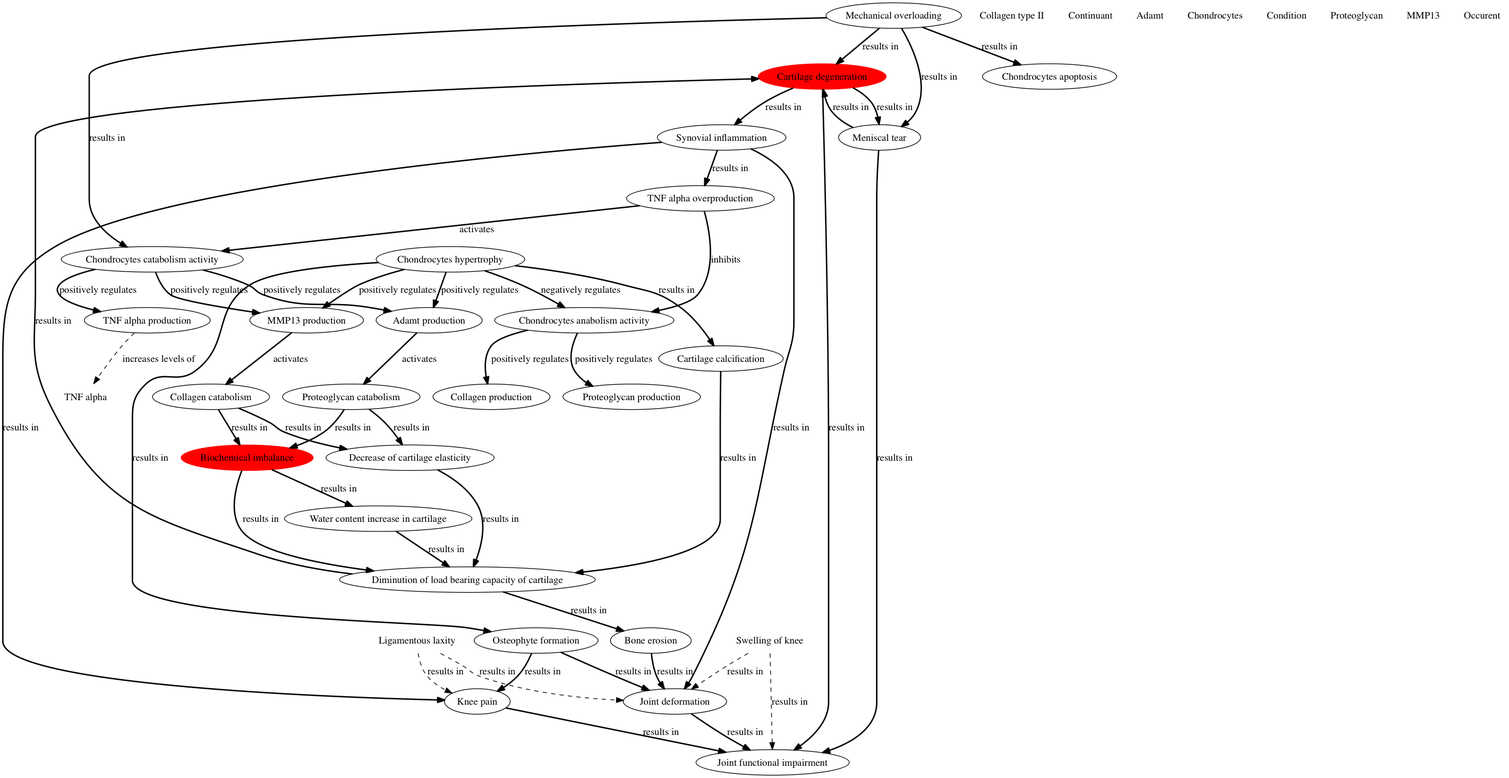
plumdeq/hypothtest keeps this Graphviz diagram as shared/dot/digraph.png. Above is the earlier version. Its source is kept beside it as shared/dot/digraph.dot.
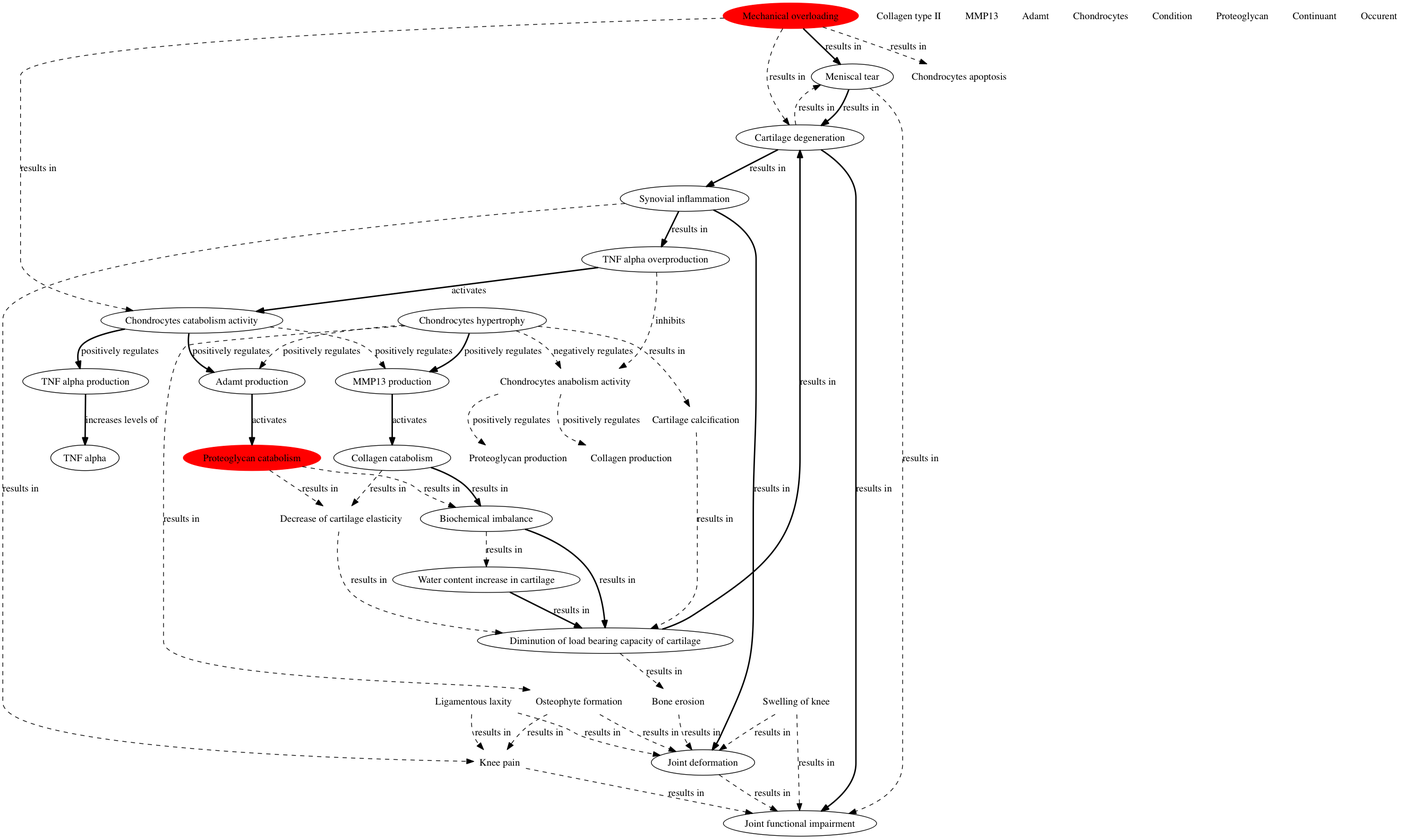
After the change.

Commit message:
adds tests that assert that as long as we add paths from boundary interior paths we are not changing the topology

The edit, as a diff of the source:
```diff
@@ -1,86 +1,86 @@
 digraph g {
 "http://plumdeq.xyz/ontologies/hypothesis/Joint_functional_impairment" [label="Joint functional impairment",shape="ellipse"] ;
-"http://plumdeq.xyz/ontologies/hypothesis/Decrease_of_cartilage_elasticity" [label="Decrease of cartilage elasticity",shape="ellipse"] ;
-"http://plumdeq.xyz/ontologies/hypothesis/Mechanical_overloading" [label="Mechanical overloading",shape="ellipse"] ;
+"http://plumdeq.xyz/ontologies/hypothesis/Mechanical_overloading" [label="Mechanical overloading",shape="ellipse",style="filled",color="red"] ;
 "http://plumdeq.xyz/ontologies/hypothesis/TNF_alpha_production" [label="TNF alpha production",shape="ellipse"] ;
 "http://plumdeq.xyz/ontologies/hypothesis/Adamt_production" [label="Adamt production",shape="ellipse"] ;
 "http://plumdeq.xyz/ontologies/hypothesis/Chondrocytes_catabolism_activity" [label="Chondrocytes catabolism activity",shape="ellipse"] ;
-"http://plumdeq.xyz/ontologies/hypothesis/TNF_alpha" [label="TNF alpha",shape="none"] ;
-"http://plumdeq.xyz/ontologies/hypothesis/Cartilage_degeneration" [label="Cartilage degeneration",shape="ellipse",style="filled",color="red"] ;
-"http://plumdeq.xyz/ontologies/hypothesis/Osteophyte_formation" [label="Osteophyte formation",shape="ellipse"] ;
+"http://plumdeq.xyz/ontologies/hypothesis/TNF_alpha" [label="TNF alpha",shape="ellipse"] ;
+"http://plumdeq.xyz/ontologies/hypothesis/Chondrocytes_hypertrophy" [label="Chondrocytes hypertrophy",shape="ellipse"] ;
+"http://plumdeq.xyz/ontologies/hypothesis/Osteophyte_formation" [label="Osteophyte formation",shape="none"] ;
 "http://plumdeq.xyz/ontologies/hypothesis/Diminution_of_load_bearing_capacity_of_cartilage" [label="Diminution of load bearing capacity of cartilage",shape="ellipse"] ;
 "http://plumdeq.xyz/ontologies/hypothesis/TNF_alpha_overproduction" [label="TNF alpha overproduction",shape="ellipse"] ;
-"http://plumdeq.xyz/ontologies/hypothesis/Cartilage_calcification" [label="Cartilage calcification",shape="ellipse"] ;
+"http://plumdeq.xyz/ontologies/hypothesis/Cartilage_calcification" [label="Cartilage calcification",shape="none"] ;
 "http://plumdeq.xyz/ontologies/hypothesis/Collagen_type_II" [label="Collagen type II",shape="none"] ;
-"http://plumdeq.xyz/ontologies/hypothesis/Collagen_production" [label="Collagen production",shape="ellipse"] ;
-"http://plumdeq.xyz/ontologies/hypothesis/Continuant" [label="Continuant",shape="none"] ;
+"http://plumdeq.xyz/ontologies/hypothesis/Collagen_production" [label="Collagen production",shape="none"] ;
+"http://plumdeq.xyz/ontologies/hypothesis/Biochemical_imbalance" [label="Biochemical imbalance",shape="ellipse"] ;
+"http://plumdeq.xyz/ontologies/hypothesis/MMP13" [label="MMP13",shape="none"] ;
 "http://plumdeq.xyz/ontologies/hypothesis/Meniscal_tear" [label="Meniscal tear",shape="ellipse"] ;
 "http://plumdeq.xyz/ontologies/hypothesis/Swelling_of_knee" [label="Swelling of knee",shape="none"] ;
-"http://plumdeq.xyz/ontologies/hypothesis/Chondrocytes_anabolism_activity" [label="Chondrocytes anabolism activity",shape="ellipse"] ;
+"http://plumdeq.xyz/ontologies/hypothesis/Chondrocytes_anabolism_activity" [label="Chondrocytes anabolism activity",shape="none"] ;
 "http://plumdeq.xyz/ontologies/hypothesis/Adamt" [label="Adamt",shape="none"] ;
 "http://plumdeq.xyz/ontologies/hypothesis/Chondrocytes" [label="Chondrocytes",shape="none"] ;
 "http://plumdeq.xyz/ontologies/hypothesis/Water_content_increase_in_cartilage" [label="Water content increase in cartilage",shape="ellipse"] ;
 "http://plumdeq.xyz/ontologies/hypothesis/Condition" [label="Condition",shape="none"] ;
 "http://plumdeq.xyz/ontologies/hypothesis/Proteoglycan" [label="Proteoglycan",shape="none"] ;
 "http://plumdeq.xyz/ontologies/hypothesis/Synovial_inflammation" [label="Synovial inflammation",shape="ellipse"] ;
-"http://plumdeq.xyz/ontologies/hypothesis/MMP13" [label="MMP13",shape="none"] ;
+"http://plumdeq.xyz/ontologies/hypothesis/Continuant" [label="Continuant",shape="none"] ;
 "http://plumdeq.xyz/ontologies/hypothesis/Collagen_catabolism" [label="Collagen catabolism",shape="ellipse"] ;
 "http://plumdeq.xyz/ontologies/hypothesis/Joint_deformation" [label="Joint deformation",shape="ellipse"] ;
 "http://plumdeq.xyz/ontologies/hypothesis/Occurent" [label="Occurent",shape="none"] ;
-"http://plumdeq.xyz/ontologies/hypothesis/Proteoglycan_catabolism" [label="Proteoglycan catabolism",shape="ellipse"] ;
-"http://plumdeq.xyz/ontologies/hypothesis/Chondrocytes_hypertrophy" [label="Chondrocytes hypertrophy",shape="ellipse"] ;
+"http://plumdeq.xyz/ontologies/hypothesis/Proteoglycan_catabolism" [label="Proteoglycan catabolism",shape="ellipse",style="filled",color="red"] ;
+"http://plumdeq.xyz/ontologies/hypothesis/Cartilage_degeneration" [label="Cartilage degeneration",shape="ellipse"] ;
 "http://plumdeq.xyz/ontologies/hypothesis/Ligamentous_laxity" [label="Ligamentous laxity",shape="none"] ;
 "http://plumdeq.xyz/ontologies/hypothesis/MMP13_production" [label="MMP13 production",shape="ellipse"] ;
-"http://plumdeq.xyz/ontologies/hypothesis/Biochemical_imbalance" [label="Biochemical imbalance",shape="ellipse",style="filled",color="red"] ;
-"http://plumdeq.xyz/ontologies/hypothesis/Bone_erosion" [label="Bone erosion",shape="ellipse"] ;
-"http://plumdeq.xyz/ontologies/hypothesis/Proteoglycan_production" [label="Proteoglycan production",shape="ellipse"] ;
-"http://plumdeq.xyz/ontologies/hypothesis/Knee_pain" [label="Knee pain",shape="ellipse"] ;
-"http://plumdeq.xyz/ontologies/hypothesis/Chondrocytes_apoptosis" [label="Chondrocytes apoptosis",shape="ellipse"] ;
-"http://plumdeq.xyz/ontologies/hypothesis/Decrease_of_cartilage_elasticity" -> "http://plumdeq.xyz/ontologies/hypothesis/Diminution_of_load_bearing_capacity_of_cartilage" [label="results in",style="bold"] ;
-"http://plumdeq.xyz/ontologies/hypothesis/Mechanical_overloading" -> "http://plumdeq.xyz/ontologies/hypothesis/Cartilage_degeneration" [label="results in",style="bold"] ;
-"http://plumdeq.xyz/ontologies/hypothesis/Mechanical_overloading" -> "http://plumdeq.xyz/ontologies/hypothesis/Chondrocytes_apoptosis" [label="results in",style="bold"] ;
+"http://plumdeq.xyz/ontologies/hypothesis/Bone_erosion" [label="Bone erosion",shape="none"] ;
+"http://plumdeq.xyz/ontologies/hypothesis/Decrease_of_cartilage_elasticity" [label="Decrease of cartilage elasticity",shape="none"] ;
+"http://plumdeq.xyz/ontologies/hypothesis/Proteoglycan_production" [label="Proteoglycan production",shape="none"] ;
+"http://plumdeq.xyz/ontologies/hypothesis/Knee_pain" [label="Knee pain",shape="none"] ;
+"http://plumdeq.xyz/ontologies/hypothesis/Chondrocytes_apoptosis" [label="Chondrocytes apoptosis",shape="none"] ;
+"http://plumdeq.xyz/ontologies/hypothesis/Mechanical_overloading" -> "http://plumdeq.xyz/ontologies/hypothesis/Cartilage_degeneration" [label="results in",style="dashed"] ;
 "http://plumdeq.xyz/ontologies/hypothesis/Mechanical_overloading" -> "http://plumdeq.xyz/ontologies/hypothesis/Meniscal_tear" [label="results in",style="bold"] ;
-"http://plumdeq.xyz/ontologies/hypothesis/Mechanical_overloading" -> "http://plumdeq.xyz/ontologies/hypothesis/Chondrocytes_catabolism_activity" [label="results in",style="bold"] ;
-"http://plumdeq.xyz/ontologies/hypothesis/TNF_alpha_production" -> "http://plumdeq.xyz/ontologies/hypothesis/TNF_alpha" [label="increases levels of",style="dashed"] ;
+"http://plumdeq.xyz/ontologies/hypothesis/Mechanical_overloading" -> "http://plumdeq.xyz/ontologies/hypothesis/Chondrocytes_apoptosis" [label="results in",style="dashed"] ;
+"http://plumdeq.xyz/ontologies/hypothesis/Mechanical_overloading" -> "http://plumdeq.xyz/ontologies/hypothesis/Chondrocytes_catabolism_activity" [label="results in",style="dashed"] ;
+"http://plumdeq.xyz/ontologies/hypothesis/TNF_alpha_production" -> "http://plumdeq.xyz/ontologies/hypothesis/TNF_alpha" [label="increases levels of",style="bold"] ;
 "http://plumdeq.xyz/ontologies/hypothesis/Adamt_production" -> "http://plumdeq.xyz/ontologies/hypothesis/Proteoglycan_catabolism" [label="activates",style="bold"] ;
 "http://plumdeq.xyz/ontologies/hypothesis/Chondrocytes_catabolism_activity" -> "http://plumdeq.xyz/ontologies/hypothesis/TNF_alpha_production" [label="positively regulates",style="bold"] ;
 "http://plumdeq.xyz/ontologies/hypothesis/Chondrocytes_catabolism_activity" -> "http://plumdeq.xyz/ontologies/hypothesis/Adamt_production" [label="positively regulates",style="bold"] ;
-"http://plumdeq.xyz/ontologies/hypothesis/Chondrocytes_catabolism_activity" -> "http://plumdeq.xyz/ontologies/hypothesis/MMP13_production" [label="positively regulates",style="bold"] ;
-"http://plumdeq.xyz/ontologies/hypothesis/Cartilage_degeneration" -> "http://plumdeq.xyz/ontologies/hypothesis/Joint_functional_impairment" [label="results in",style="bold"] ;
-"http://plumdeq.xyz/ontologies/hypothesis/Cartilage_degeneration" -> "http://plumdeq.xyz/ontologies/hypothesis/Synovial_inflammation" [label="results in",style="bold"] ;
-"http://plumdeq.xyz/ontologies/hypothesis/Cartilage_degeneration" -> "http://plumdeq.xyz/ontologies/hypothesis/Meniscal_tear" [label="results in",style="bold"] ;
-"http://plumdeq.xyz/ontologies/hypothesis/Osteophyte_formation" -> "http://plumdeq.xyz/ontologies/hypothesis/Joint_deformation" [label="results in",style="bold"] ;
-"http://plumdeq.xyz/ontologies/hypothesis/Osteophyte_formation" -> "http://plumdeq.xyz/ontologies/hypothesis/Knee_pain" [label="results in",style="bold"] ;
+"http://plumdeq.xyz/ontologies/hypothesis/Chondrocytes_catabolism_activity" -> "http://plumdeq.xyz/ontologies/hypothesis/MMP13_production" [label="positively regulates",style="dashed"] ;
+"http://plumdeq.xyz/ontologies/hypothesis/Chondrocytes_hypertrophy" -> "http://plumdeq.xyz/ontologies/hypothesis/Chondrocytes_anabolism_activity" [label="negatively regulates",style="dashed"] ;
+"http://plumdeq.xyz/ontologies/hypothesis/Chondrocytes_hypertrophy" -> "http://plumdeq.xyz/ontologies/hypothesis/Osteophyte_formation" [label="results in",style="dashed"] ;
+"http://plumdeq.xyz/ontologies/hypothesis/Chondrocytes_hypertrophy" -> "http://plumdeq.xyz/ontologies/hypothesis/Adamt_production" [label="positively regulates",style="dashed"] ;
+"http://plumdeq.xyz/ontologies/hypothesis/Chondrocytes_hypertrophy" -> "http://plumdeq.xyz/ontologies/hypothesis/MMP13_production" [label="positively regulates",style="bold"] ;
+"http://plumdeq.xyz/ontologies/hypothesis/Chondrocytes_hypertrophy" -> "http://plumdeq.xyz/ontologies/hypothesis/Cartilage_calcification" [label="results in",style="dashed"] ;
+"http://plumdeq.xyz/ontologies/hypothesis/Osteophyte_formation" -> "http://plumdeq.xyz/ontologies/hypothesis/Joint_deformation" [label="results in",style="dashed"] ;
+"http://plumdeq.xyz/ontologies/hypothesis/Osteophyte_formation" -> "http://plumdeq.xyz/ontologies/hypothesis/Knee_pain" [label="results in",style="dashed"] ;
 "http://plumdeq.xyz/ontologies/hypothesis/Diminution_of_load_bearing_capacity_of_cartilage" -> "http://plumdeq.xyz/ontologies/hypothesis/Cartilage_degeneration" [label="results in",style="bold"] ;
-"http://plumdeq.xyz/ontologies/hypothesis/Diminution_of_load_bearing_capacity_of_cartilage" -> "http://plumdeq.xyz/ontologies/hypothesis/Bone_erosion" [label="results in",style="bold"] ;
-"http://plumdeq.xyz/ontologies/hypothesis/TNF_alpha_overproduction" -> "http://plumdeq.xyz/ontologies/hypothesis/Chondrocytes_anabolism_activity" [label="inhibits",style="bold"] ;
+"http://plumdeq.xyz/ontologies/hypothesis/Diminution_of_load_bearing_capacity_of_cartilage" -> "http://plumdeq.xyz/ontologies/hypothesis/Bone_erosion" [label="results in",style="dashed"] ;
+"http://plumdeq.xyz/ontologies/hypothesis/TNF_alpha_overproduction" -> "http://plumdeq.xyz/ontologies/hypothesis/Chondrocytes_anabolism_activity" [label="inhibits",style="dashed"] ;
 "http://plumdeq.xyz/ontologies/hypothesis/TNF_alpha_overproduction" -> "http://plumdeq.xyz/ontologies/hypothesis/Chondrocytes_catabolism_activity" [label="activates",style="bold"] ;
-"http://plumdeq.xyz/ontologies/hypothesis/Cartilage_calcification" -> "http://plumdeq.xyz/ontologies/hypothesis/Diminution_of_load_bearing_capacity_of_cartilage" [label="results in",style="bold"] ;
+"http://plumdeq.xyz/ontologies/hypothesis/Cartilage_calcification" -> "http://plumdeq.xyz/ontologies/hypothesis/Diminution_of_load_bearing_capacity_of_cartilage" [label="results in",style="dashed"] ;
+"http://plumdeq.xyz/ontologies/hypothesis/Biochemical_imbalance" -> "http://plumdeq.xyz/ontologies/hypothesis/Water_content_increase_in_cartilage" [label="results in",style="dashed"] ;
+"http://plumdeq.xyz/ontologies/hypothesis/Biochemical_imbalance" -> "http://plumdeq.xyz/ontologies/hypothesis/Diminution_of_load_bearing_capacity_of_cartilage" [label="results in",style="bold"] ;
 "http://plumdeq.xyz/ontologies/hypothesis/Meniscal_tear" -> "http://plumdeq.xyz/ontologies/hypothesis/Cartilage_degeneration" [label="results in",style="bold"] ;
-"http://plumdeq.xyz/ontologies/hypothesis/Meniscal_tear" -> "http://plumdeq.xyz/ontologies/hypothesis/Joint_functional_impairment" [label="results in",style="bold"] ;
+"http://plumdeq.xyz/ontologies/hypothesis/Meniscal_tear" -> "http://plumdeq.xyz/ontologies/hypothesis/Joint_functional_impairment" [label="results in",style="dashed"] ;
 "http://plumdeq.xyz/ontologies/hypothesis/Swelling_of_knee" -> "http://plumdeq.xyz/ontologies/hypothesis/Joint_functional_impairment" [label="results in",style="dashed"] ;
 "http://plumdeq.xyz/ontologies/hypothesis/Swelling_of_knee" -> "http://plumdeq.xyz/ontologies/hypothesis/Joint_deformation" [label="results in",style="dashed"] ;
-"http://plumdeq.xyz/ontologies/hypothesis/Chondrocytes_anabolism_activity" -> "http://plumdeq.xyz/ontologies/hypothesis/Collagen_production" [label="positively regulates",style="bold"] ;
-"http://plumdeq.xyz/ontologies/hypothesis/Chondrocytes_anabolism_activity" -> "http://plumdeq.xyz/ontologies/hypothesis/Proteoglycan_production" [label="positively regulates",style="bold"] ;
+"http://plumdeq.xyz/ontologies/hypothesis/Chondrocytes_anabolism_activity" -> "http://plumdeq.xyz/ontologies/hypothesis/Collagen_production" [label="positively regulates",style="dashed"] ;
+"http://plumdeq.xyz/ontologies/hypothesis/Chondrocytes_anabolism_activity" -> "http://plumdeq.xyz/ontologies/hypothesis/Proteoglycan_production" [label="positively regulates",style="dashed"] ;
 "http://plumdeq.xyz/ontologies/hypothesis/Water_content_increase_in_cartilage" -> "http://plumdeq.xyz/ontologies/hypothesis/Diminution_of_load_bearing_capacity_of_cartilage" [label="results in",style="bold"] ;
 "http://plumdeq.xyz/ontologies/hypothesis/Synovial_inflammation" -> "http://plumdeq.xyz/ontologies/hypothesis/Joint_deformation" [label="results in",style="bold"] ;
 "http://plumdeq.xyz/ontologies/hypothesis/Synovial_inflammation" -> "http://plumdeq.xyz/ontologies/hypothesis/TNF_alpha_overproduction" [label="results in",style="bold"] ;
-"http://plumdeq.xyz/ontologies/hypothesis/Synovial_inflammation" -> "http://plumdeq.xyz/ontologies/hypothesis/Knee_pain" [label="results in",style="bold"] ;
+"http://plumdeq.xyz/ontologies/hypothesis/Synovial_inflammation" -> "http://plumdeq.xyz/ontologies/hypothesis/Knee_pain" [label="results in",style="dashed"] ;
 "http://plumdeq.xyz/ontologies/hypothesis/Collagen_catabolism" -> "http://plumdeq.xyz/ontologies/hypothesis/Biochemical_imbalance" [label="results in",style="bold"] ;
-"http://plumdeq.xyz/ontologies/hypothesis/Collagen_catabolism" -> "http://plumdeq.xyz/ontologies/hypothesis/Decrease_of_cartilage_elasticity" [label="results in",style="bold"] ;
-"http://plumdeq.xyz/ontologies/hypothesis/Joint_deformation" -> "http://plumdeq.xyz/ontologies/hypothesis/Joint_functional_impairment" [label="results in",style="bold"] ;
-"http://plumdeq.xyz/ontologies/hypothesis/Proteoglycan_catabolism" -> "http://plumdeq.xyz/ontologies/hypothesis/Biochemical_imbalance" [label="results in",style="bold"] ;
-"http://plumdeq.xyz/ontologies/hypothesis/Proteoglycan_catabolism" -> "http://plumdeq.xyz/ontologies/hypothesis/Decrease_of_cartilage_elasticity" [label="results in",style="bold"] ;
-"http://plumdeq.xyz/ontologies/hypothesis/Chondrocytes_hypertrophy" -> "http://plumdeq.xyz/ontologies/hypothesis/Chondrocytes_anabolism_activity" [label="negatively regulates",style="bold"] ;
-"http://plumdeq.xyz/ontologies/hypothesis/Chondrocytes_hypertrophy" -> "http://plumdeq.xyz/ontologies/hypothesis/Osteophyte_formation" [label="results in",style="bold"] ;
-"http://plumdeq.xyz/ontologies/hypothesis/Chondrocytes_hypertrophy" -> "http://plumdeq.xyz/ontologies/hypothesis/Adamt_production" [label="positively regulates",style="bold"] ;
-"http://plumdeq.xyz/ontologies/hypothesis/Chondrocytes_hypertrophy" -> "http://plumdeq.xyz/ontologies/hypothesis/MMP13_production" [label="positively regulates",style="bold"] ;
-"http://plumdeq.xyz/ontologies/hypothesis/Chondrocytes_hypertrophy" -> "http://plumdeq.xyz/ontologies/hypothesis/Cartilage_calcification" [label="results in",style="bold"] ;
+"http://plumdeq.xyz/ontologies/hypothesis/Collagen_catabolism" -> "http://plumdeq.xyz/ontologies/hypothesis/Decrease_of_cartilage_elasticity" [label="results in",style="dashed"] ;
+"http://plumdeq.xyz/ontologies/hypothesis/Joint_deformation" -> "http://plumdeq.xyz/ontologies/hypothesis/Joint_functional_impairment" [label="results in",style="dashed"] ;
+"http://plumdeq.xyz/ontologies/hypothesis/Proteoglycan_catabolism" -> "http://plumdeq.xyz/ontologies/hypothesis/Biochemical_imbalance" [label="results in",style="dashed"] ;
+"http://plumdeq.xyz/ontologies/hypothesis/Proteoglycan_catabolism" -> "http://plumdeq.xyz/ontologies/hypothesis/Decrease_of_cartilage_elasticity" [label="results in",style="dashed"] ;
+"http://plumdeq.xyz/ontologies/hypothesis/Cartilage_degeneration" -> "http://plumdeq.xyz/ontologies/hypothesis/Joint_functional_impairment" [label="results in",style="bold"] ;
+"http://plumdeq.xyz/ontologies/hypothesis/Cartilage_degeneration" -> "http://plumdeq.xyz/ontologies/hypothesis/Synovial_inflammation" [label="results in",style="bold"] ;
+"http://plumdeq.xyz/ontologies/hypothesis/Cartilage_degeneration" -> "http://plumdeq.xyz/ontologies/hypothesis/Meniscal_tear" [label="results in",style="dashed"] ;
 "http://plumdeq.xyz/ontologies/hypothesis/Ligamentous_laxity" -> "http://plumdeq.xyz/ontologies/hypothesis/Joint_deformation" [label="results in",style="dashed"] ;
 "http://plumdeq.xyz/ontologies/hypothesis/Ligamentous_laxity" -> "http://plumdeq.xyz/ontologies/hypothesis/Knee_pain" [label="results in",style="dashed"] ;
 "http://plumdeq.xyz/ontologies/hypothesis/MMP13_production" -> "http://plumdeq.xyz/ontologies/hypothesis/Collagen_catabolism" [label="activates",style="bold"] ;
-"http://plumdeq.xyz/ontologies/hypothesis/Biochemical_imbalance" -> "http://plumdeq.xyz/ontologies/hypothesis/Water_content_increase_in_cartilage" [label="results in",style="bold"] ;
-"http://plumdeq.xyz/ontologies/hypothesis/Biochemical_imbalance" -> "http://plumdeq.xyz/ontologies/hypothesis/Diminution_of_load_bearing_capacity_of_cartilage" [label="results in",style="bold"] ;
-"http://plumdeq.xyz/ontologies/hypothesis/Bone_erosion" -> "http://plumdeq.xyz/ontologies/hypothesis/Joint_deformation" [label="results in",style="bold"] ;
-"http://plumdeq.xyz/ontologies/hypothesis/Knee_pain" -> "http://plumdeq.xyz/ontologies/hypothesis/Joint_functional_impairment" [label="results in",style="bold"] ;
+"http://plumdeq.xyz/ontologies/hypothesis/Bone_erosion" -> "http://plumdeq.xyz/ontologies/hypothesis/Joint_deformation" [label="results in",style="dashed"] ;
+"http://plumdeq.xyz/ontologies/hypothesis/Decrease_of_cartilage_elasticity" -> "http://plumdeq.xyz/ontologies/hypothesis/Diminution_of_load_bearing_capacity_of_cartilage" [label="results in",style="dashed"] ;
+"http://plumdeq.xyz/ontologies/hypothesis/Knee_pain" -> "http://plumdeq.xyz/ontologies/hypothesis/Joint_functional_impairment" [label="results in",style="dashed"] ;
 }
```
